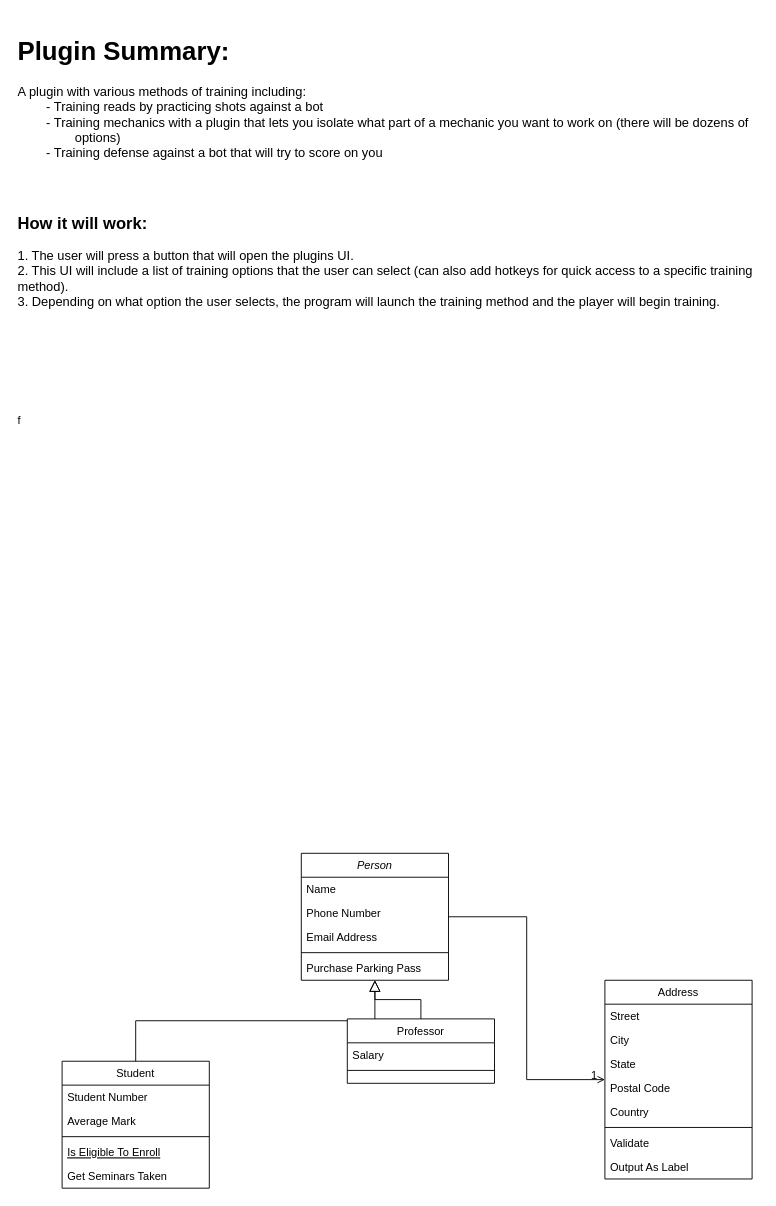
The draw.io diagram RLTrainingHub.drawio in 4J44J4/RLTrainingHub, before the edit. Source tidied: cells renumbered, new cells numbered last; positions are measured from the earlier drawing's top-left corner, leaving out a move shared by most shapes. Both pictures are drawn from the tidied source at 92%, with x=0, y=0 at pixel (16, 16).
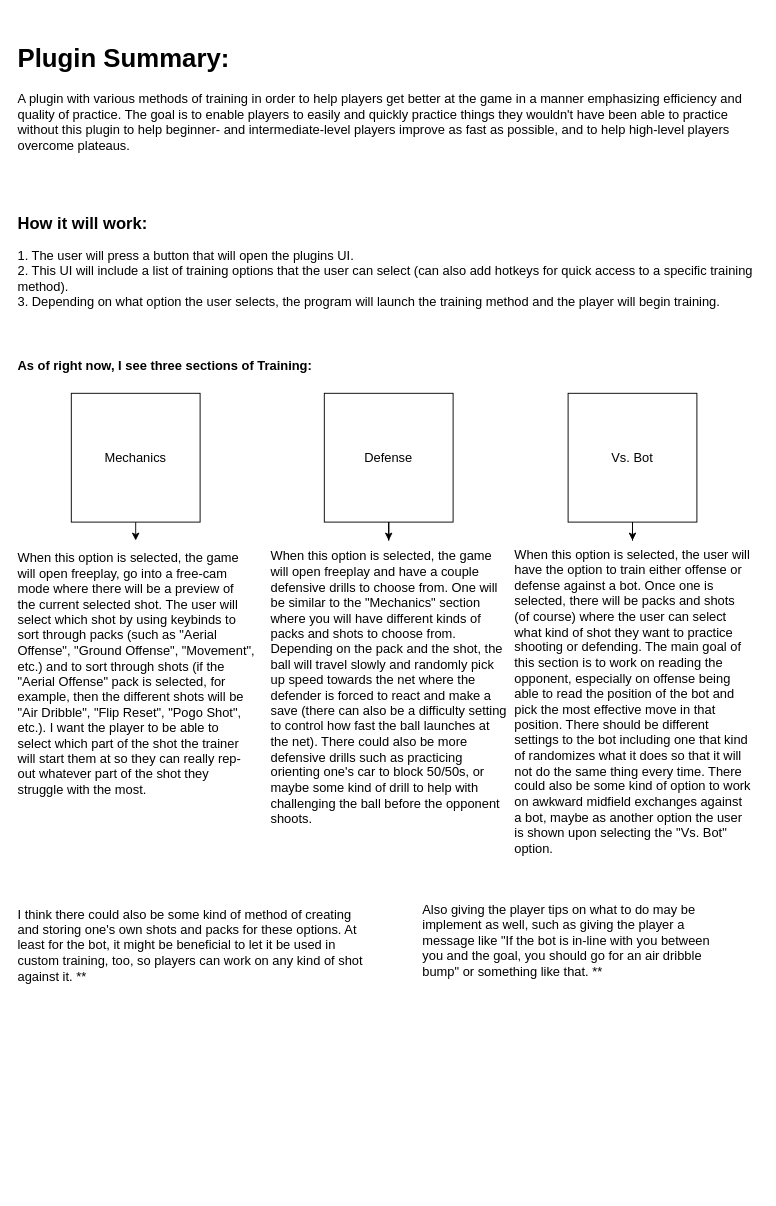
After the change.

Change to the diagram source:
```diff
@@
-    <mxCell id="2" value="Person" style="swimlane;fontStyle=2;align=center;verticalAlign=top;horizontal=1;startSize=26;rounded=0;shadow=0;strokeWidth=1;" parent="1" vertex="1">
-      <mxGeometry x="310" y="910" width="160" height="138" as="geometry" />
-    </mxCell>
-    <mxCell id="3" value="Name" style="text;align=left;verticalAlign=top;spacingLeft=4;spacingRight=4;overflow=hidden;" parent="2" vertex="1">
-      <mxGeometry y="26" width="160" height="26" as="geometry" />
-    </mxCell>
-    <mxCell id="4" value="Phone Number" style="text;align=left;verticalAlign=top;spacingLeft=4;spacingRight=4;overflow=hidden;rounded=0;shadow=0;html=0;" parent="2" vertex="1">
-      <mxGeometry y="52" width="160" height="26" as="geometry" />
-    </mxCell>
-    <mxCell id="5" value="Email Address" style="text;align=left;verticalAlign=top;spacingLeft=4;spacingRight=4;overflow=hidden;rounded=0;shadow=0;html=0;" parent="2" vertex="1">
-      <mxGeometry y="78" width="160" height="26" as="geometry" />
-    </mxCell>
-    <mxCell id="6" style="line;html=1;strokeWidth=1;align=left;verticalAlign=middle;spacingTop=-1;spacingLeft=3;spacingRight=3;labelPosition=right;" parent="2" vertex="1">
-      <mxGeometry y="104" width="160" height="8" as="geometry" />
-    </mxCell>
-    <mxCell id="7" value="Purchase Parking Pass" style="text;align=left;verticalAlign=top;spacingLeft=4;spacingRight=4;overflow=hidden;" parent="2" vertex="1">
-      <mxGeometry y="112" width="160" height="26" as="geometry" />
-    </mxCell>
-    <mxCell id="8" value="Student" style="swimlane;fontStyle=0;align=center;verticalAlign=top;horizontal=1;startSize=26;rounded=0;shadow=0;strokeWidth=1;" parent="1" vertex="1">
-      <mxGeometry x="50" y="1136" width="160" height="138" as="geometry" />
-    </mxCell>
-    <mxCell id="9" value="Student Number" style="text;align=left;verticalAlign=top;spacingLeft=4;spacingRight=4;overflow=hidden;" parent="8" vertex="1">
-      <mxGeometry y="26" width="160" height="26" as="geometry" />
-    </mxCell>
-    <mxCell id="10" value="Average Mark" style="text;align=left;verticalAlign=top;spacingLeft=4;spacingRight=4;overflow=hidden;rounded=0;shadow=0;html=0;" parent="8" vertex="1">
-      <mxGeometry y="52" width="160" height="26" as="geometry" />
-    </mxCell>
-    <mxCell id="11" style="line;html=1;strokeWidth=1;align=left;verticalAlign=middle;spacingTop=-1;spacingLeft=3;spacingRight=3;labelPosition=right;" parent="8" vertex="1">
-      <mxGeometry y="78" width="160" height="8" as="geometry" />
-    </mxCell>
-    <mxCell id="12" value="Is Eligible To Enroll" style="text;align=left;verticalAlign=top;spacingLeft=4;spacingRight=4;overflow=hidden;fontStyle=4;" parent="8" vertex="1">
-      <mxGeometry y="86" width="160" height="26" as="geometry" />
-    </mxCell>
-    <mxCell id="13" value="Get Seminars Taken" style="text;align=left;verticalAlign=top;spacingLeft=4;spacingRight=4;overflow=hidden;" parent="8" vertex="1">
-      <mxGeometry y="112" width="160" height="26" as="geometry" />
-    </mxCell>
-    <mxCell id="14" style="endArrow=block;endSize=10;endFill=0;shadow=0;strokeWidth=1;rounded=0;curved=0;edgeStyle=elbowEdgeStyle;elbow=vertical;" parent="1" edge="1" source="8" target="2">
-      <mxGeometry relative="1" as="geometry" />
-    </mxCell>
-    <mxCell id="15" value="Professor" style="swimlane;fontStyle=0;align=center;verticalAlign=top;horizontal=1;startSize=26;rounded=0;shadow=0;strokeWidth=1;" parent="1" vertex="1">
-      <mxGeometry x="360" y="1090" width="160" height="70" as="geometry" />
-    </mxCell>
-    <mxCell id="16" value="Salary" style="text;align=left;verticalAlign=top;spacingLeft=4;spacingRight=4;overflow=hidden;" parent="15" vertex="1">
-      <mxGeometry y="26" width="160" height="26" as="geometry" />
-    </mxCell>
-    <mxCell id="17" style="line;html=1;strokeWidth=1;align=left;verticalAlign=middle;spacingTop=-1;spacingLeft=3;spacingRight=3;labelPosition=right;" parent="15" vertex="1">
-      <mxGeometry y="52" width="160" height="8" as="geometry" />
-    </mxCell>
-    <mxCell id="18" style="endArrow=block;endSize=10;endFill=0;shadow=0;strokeWidth=1;rounded=0;curved=0;edgeStyle=elbowEdgeStyle;elbow=vertical;" parent="1" edge="1" source="15" target="2">
-      <mxGeometry relative="1" as="geometry" />
-    </mxCell>
-    <mxCell id="19" value="Address" style="swimlane;fontStyle=0;align=center;verticalAlign=top;horizontal=1;startSize=26;rounded=0;shadow=0;strokeWidth=1;" parent="1" vertex="1">
-      <mxGeometry x="640" y="1048" width="160" height="216" as="geometry" />
-    </mxCell>
-    <mxCell id="20" value="Street" style="text;align=left;verticalAlign=top;spacingLeft=4;spacingRight=4;overflow=hidden;" parent="19" vertex="1">
-      <mxGeometry y="26" width="160" height="26" as="geometry" />
-    </mxCell>
-    <mxCell id="21" value="City" style="text;align=left;verticalAlign=top;spacingLeft=4;spacingRight=4;overflow=hidden;rounded=0;shadow=0;html=0;" parent="19" vertex="1">
-      <mxGeometry y="52" width="160" height="26" as="geometry" />
-    </mxCell>
-    <mxCell id="22" value="State" style="text;align=left;verticalAlign=top;spacingLeft=4;spacingRight=4;overflow=hidden;rounded=0;shadow=0;html=0;" parent="19" vertex="1">
-      <mxGeometry y="78" width="160" height="26" as="geometry" />
-    </mxCell>
-    <mxCell id="23" value="Postal Code" style="text;align=left;verticalAlign=top;spacingLeft=4;spacingRight=4;overflow=hidden;rounded=0;shadow=0;html=0;" parent="19" vertex="1">
-      <mxGeometry y="104" width="160" height="26" as="geometry" />
-    </mxCell>
-    <mxCell id="24" value="Country" style="text;align=left;verticalAlign=top;spacingLeft=4;spacingRight=4;overflow=hidden;rounded=0;shadow=0;html=0;" parent="19" vertex="1">
-      <mxGeometry y="130" width="160" height="26" as="geometry" />
-    </mxCell>
-    <mxCell id="25" style="line;html=1;strokeWidth=1;align=left;verticalAlign=middle;spacingTop=-1;spacingLeft=3;spacingRight=3;labelPosition=right;" parent="19" vertex="1">
-      <mxGeometry y="156" width="160" height="8" as="geometry" />
-    </mxCell>
-    <mxCell id="26" value="Validate" style="text;align=left;verticalAlign=top;spacingLeft=4;spacingRight=4;overflow=hidden;" parent="19" vertex="1">
-      <mxGeometry y="164" width="160" height="26" as="geometry" />
-    </mxCell>
-    <mxCell id="27" value="Output As Label" style="text;align=left;verticalAlign=top;spacingLeft=4;spacingRight=4;overflow=hidden;" parent="19" vertex="1">
-      <mxGeometry y="190" width="160" height="26" as="geometry" />
-    </mxCell>
-    <mxCell id="28" style="endArrow=open;shadow=0;strokeWidth=1;rounded=0;curved=0;endFill=1;edgeStyle=elbowEdgeStyle;elbow=vertical;" parent="1" edge="1" source="2" target="19">
-      <mxGeometry x="0.5" y="41" relative="1" as="geometry">
-        <mxPoint x="-40" y="32" as="offset" />
-      </mxGeometry>
-    </mxCell>
-    <mxCell id="29" value="1" style="align=right;verticalAlign=bottom;labelBackgroundColor=none;fontSize=12;" parent="28" vertex="1">
-      <mxGeometry x="1" relative="1" as="geometry">
-        <mxPoint x="-7" y="4" as="offset" />
-      </mxGeometry>
-    </mxCell>
-    <mxCell id="30" value="&lt;h1&gt;Plugin Summary:&lt;/h1&gt;&lt;div&gt;A plugin with various methods of training including:&lt;/div&gt;&lt;div&gt;&lt;span style=&quot;white-space: pre;&quot;&gt;&#9;&lt;/span&gt;- Training reads by practicing shots against a bot&lt;br&gt;&lt;/div&gt;&lt;div&gt;&lt;span style=&quot;white-space: pre;&quot;&gt;&#9;&lt;/span&gt;- Training mechanics with a plugin that lets you isolate what part of a mechanic you want to work on (there will be dozens of&lt;/div&gt;&lt;div&gt;&lt;span style=&quot;white-space: pre;&quot;&gt;&#9;&lt;/span&gt;&lt;span style=&quot;white-space: pre;&quot;&gt;&#9;&lt;/span&gt;options)&lt;br&gt;&lt;/div&gt;&lt;div&gt;&lt;span style=&quot;white-space: pre;&quot;&gt;&#9;&lt;/span&gt;- Training defense against a bot that will try to score on you&lt;/div&gt;" style="text;strokeColor=none;align=left;fillColor=none;html=1;verticalAlign=middle;whiteSpace=wrap;rounded=0;fontSize=14;" parent="1" vertex="1">
+    <mxCell id="30" value="&lt;h1&gt;Plugin Summary:&lt;/h1&gt;&lt;div&gt;A plugin with various methods of training in order to help players get better at the game in a manner emphasizing efficiency and quality of practice. The goal is to enable players to easily and quickly practice things they wouldn't have been able to practice without this plugin to help beginner- and intermediate-level players improve as fast as possible, and to help high-level players overcome plateaus.&amp;nbsp;&lt;/div&gt;" style="text;strokeColor=none;align=left;fillColor=none;html=1;verticalAlign=middle;whiteSpace=wrap;rounded=0;fontSize=14;" parent="1" vertex="1">
       <mxGeometry width="810" height="160" as="geometry" />
     </mxCell>
@@
-    <mxCell id="32" value="f" style="text;strokeColor=none;align=left;fillColor=none;html=1;verticalAlign=middle;whiteSpace=wrap;rounded=0;" parent="1" vertex="1">
-      <mxGeometry y="350" width="810" height="180" as="geometry" />
+    <mxCell id="32" value="&lt;h3&gt;As of right now, I see three sections of Training:&lt;/h3&gt;" style="text;strokeColor=none;align=left;fillColor=none;html=1;verticalAlign=middle;whiteSpace=wrap;rounded=0;" parent="1" vertex="1">
+      <mxGeometry y="370" width="810" height="20" as="geometry" />
     </mxCell>
+    <mxCell id="33" style="whiteSpace=wrap;html=1;" parent="1" vertex="1">
+      <mxGeometry x="60" y="410" width="140" height="140" as="geometry" />
+    </mxCell>
+    <mxCell id="34" value="&lt;span style=&quot;font-size: 14px;&quot;&gt;Mechanics&lt;/span&gt;" style="text;strokeColor=none;align=center;fillColor=none;html=1;verticalAlign=middle;whiteSpace=wrap;rounded=0;" parent="1" vertex="1">
+      <mxGeometry x="60" y="410" width="140" height="140" as="geometry" />
+    </mxCell>
+    <mxCell id="35" style="whiteSpace=wrap;html=1;" parent="1" vertex="1">
+      <mxGeometry x="600" y="410" width="140" height="140" as="geometry" />
+    </mxCell>
+    <mxCell id="36" style="whiteSpace=wrap;html=1;" parent="1" vertex="1">
+      <mxGeometry x="335" y="410" width="140" height="140" as="geometry" />
+    </mxCell>
+    <mxCell id="37" style="edgeStyle=orthogonalEdgeStyle;rounded=0;jettySize=auto;html=1;" parent="1" edge="1" source="38" target="43">
+      <mxGeometry relative="1" as="geometry" />
+    </mxCell>
+    <mxCell id="38" value="&lt;span style=&quot;font-size: 14px;&quot;&gt;Defense&lt;/span&gt;" style="text;strokeColor=none;align=center;fillColor=none;html=1;verticalAlign=middle;whiteSpace=wrap;rounded=0;" parent="1" vertex="1">
+      <mxGeometry x="335" y="410" width="140" height="140" as="geometry" />
+    </mxCell>
+    <mxCell id="39" style="edgeStyle=orthogonalEdgeStyle;rounded=0;jettySize=auto;html=1;" parent="1" edge="1" source="40" target="44">
+      <mxGeometry relative="1" as="geometry" />
+    </mxCell>
+    <mxCell id="40" value="&lt;span style=&quot;font-size: 14px;&quot;&gt;Vs. Bot&lt;/span&gt;" style="text;strokeColor=none;align=center;fillColor=none;html=1;verticalAlign=middle;whiteSpace=wrap;rounded=0;" parent="1" vertex="1">
+      <mxGeometry x="600" y="410" width="140" height="140" as="geometry" />
+    </mxCell>
+    <mxCell id="41" style="endArrow=classic;html=1;rounded=0;exitX=0.5;exitY=1;exitDx=0;exitDy=0;entryX=0.5;entryY=0;entryDx=0;entryDy=0;" parent="1" edge="1" source="34" target="42">
+      <mxGeometry relative="1" as="geometry" />
+    </mxCell>
+    <mxCell id="42" value="&lt;span style=&quot;font-size: 14px;&quot;&gt;When this option is selected, the game will open freeplay, go into a free-cam mode where there will be a preview of the current selected shot. The user will select which shot by using keybinds to sort through packs (such as &quot;Aerial Offense&quot;, &quot;Ground Offense&quot;, &quot;Movement&quot;, etc.) and to sort through shots (if the &quot;Aerial Offense&quot; pack is selected, for example, then the different shots will be &quot;Air Dribble&quot;, &quot;Flip Reset&quot;, &quot;Pogo Shot&quot;, etc.). I want the player to be able to select which part of the shot the trainer will start them at so they can really rep-out whatever part of the shot they struggle with the most.&lt;/span&gt;" style="text;strokeColor=none;align=left;fillColor=none;html=1;verticalAlign=middle;whiteSpace=wrap;rounded=0;" parent="1" vertex="1">
+      <mxGeometry y="570" width="260" height="290" as="geometry" />
+    </mxCell>
+    <mxCell id="43" value="&lt;span style=&quot;font-size: 14px;&quot;&gt;When this option is selected, the game will open freeplay and have a couple defensive drills to choose from. One will be similar to the &quot;Mechanics&quot; section where you will have different kinds of packs and shots to choose from. Depending on the pack and the shot, the ball will travel slowly and randomly pick up speed towards the net where the defender is forced to react and make a save (there can also be a difficulty setting to control how fast the ball launches at the net). There could also be more defensive drills such as practicing orienting one's car to block 50/50s, or maybe some kind of drill to help with challenging the ball before the opponent shoots.&lt;/span&gt;" style="text;strokeColor=none;align=left;fillColor=none;html=1;verticalAlign=middle;whiteSpace=wrap;rounded=0;" parent="1" vertex="1">
+      <mxGeometry x="275" y="570" width="260" height="320" as="geometry" />
+    </mxCell>
+    <mxCell id="44" value="&lt;span style=&quot;font-size: 14px;&quot;&gt;When this option is selected, the user will have the option to train either offense or defense against a bot. Once one is selected, there will be packs and shots (of course) where the user can select what kind of shot they want to practice shooting or defending. The main goal of this section is to work on reading the opponent, especially on offense being able to read the position of the bot and pick the most effective move in that position. There should be different settings to the bot including one that kind of randomizes what it does so that it will not do the same thing every time. There could also be some kind of option to work on awkward midfield exchanges against a bot, maybe as another option the user is shown upon selecting the &quot;Vs. Bot&quot; option.&lt;/span&gt;" style="text;strokeColor=none;align=left;fillColor=none;html=1;verticalAlign=middle;whiteSpace=wrap;rounded=0;" parent="1" vertex="1">
+      <mxGeometry x="540" y="570" width="260" height="350" as="geometry" />
+    </mxCell>
+    <mxCell id="45" value="&lt;font style=&quot;font-size: 14px;&quot;&gt;I think there could also be some kind of method of creating and storing one's own shots and packs for these options. At least for the bot, it might be beneficial to let it be used in custom training, too, so players can work on any kind of shot against it. **&lt;/font&gt;" style="text;strokeColor=none;align=left;fillColor=none;html=1;verticalAlign=middle;whiteSpace=wrap;rounded=0;" parent="1" vertex="1">
+      <mxGeometry y="960" width="380" height="100" as="geometry" />
+    </mxCell>
+    <mxCell id="46" value="&lt;font style=&quot;font-size: 14px;&quot;&gt;Also giving the player tips on what to do may be implement as well, such as giving the player a message like &quot;If the bot is in-line with you between you and the goal, you should go for an air dribble bump&quot; or something like that. **&lt;/font&gt;" style="text;strokeColor=none;align=left;fillColor=none;html=1;verticalAlign=middle;whiteSpace=wrap;rounded=0;" parent="1" vertex="1">
+      <mxGeometry x="440" y="960" width="330" height="90" as="geometry" />
+    </mxCell>
```
